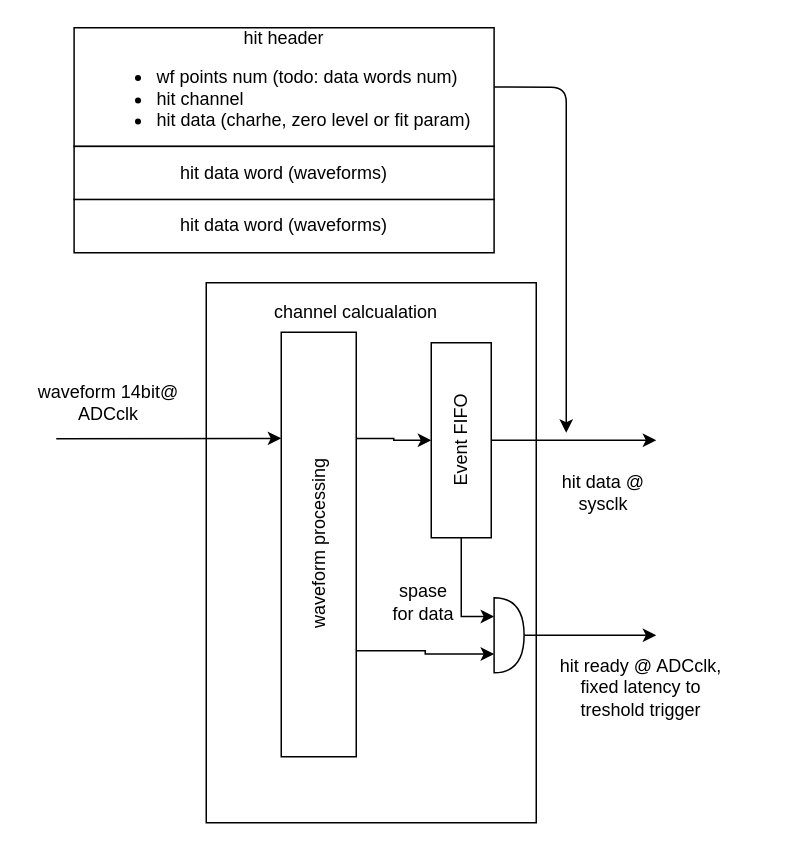
Above: ADC_event_collection.drawio in dfinogee/PSD-readout-manual (draw.io), before the change. Source tidied: cells renumbered, new cells numbered last; positions are measured from the earlier drawing's top-left corner, leaving out a move shared by most shapes. Both pictures are drawn from the tidied source at 150%, with x=0, y=0 at pixel (26, 27).
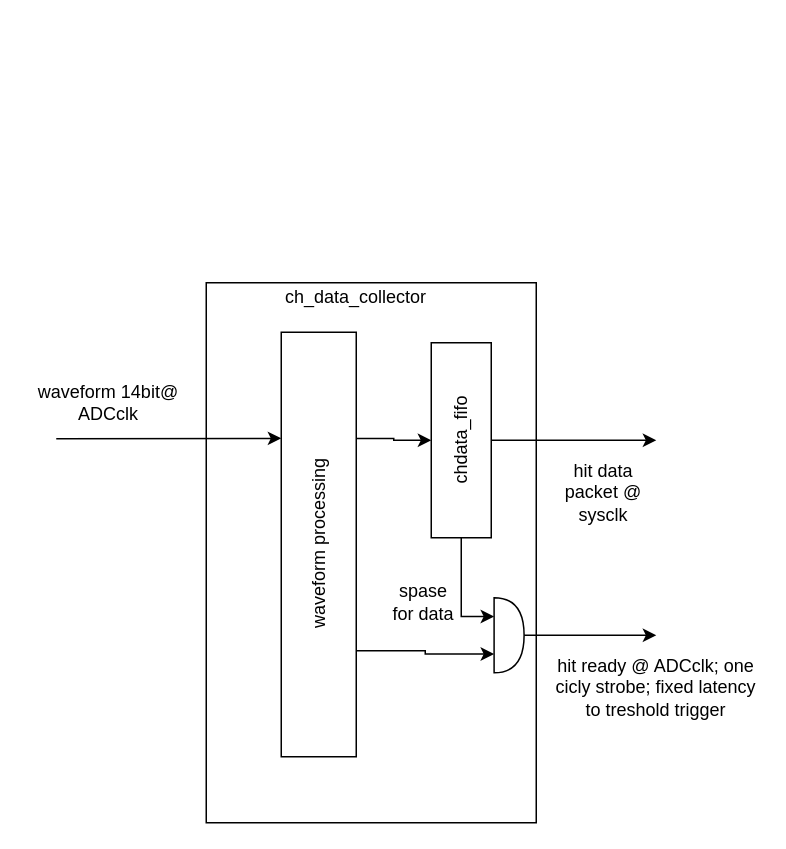
The same page after the edit.

Commit message (it also covers changes not shown here):
data collector description added

What changed in the source:
```diff
@@
-    <mxCell id="3" value="channel calcualation" style="text;html=1;strokeColor=none;fillColor=none;align=center;verticalAlign=middle;whiteSpace=wrap;rounded=0;" parent="1" vertex="1">
-      <mxGeometry x="140" y="170" width="160" height="40" as="geometry" />
+    <mxCell id="3" value="ch_data_collector" style="text;html=1;strokeColor=none;fillColor=none;align=center;verticalAlign=middle;whiteSpace=wrap;rounded=0;" parent="1" vertex="1">
+      <mxGeometry x="140" y="160" width="160" height="40" as="geometry" />
     </mxCell>
@@
-    <mxCell id="6" value="Event FIFO" style="rounded=0;whiteSpace=wrap;html=1;rotation=-90;" parent="1" vertex="1">
+    <mxCell id="6" value="chdata_fifo" style="rounded=0;whiteSpace=wrap;html=1;rotation=-90;" parent="1" vertex="1">
       <mxGeometry x="225" y="255" width="130" height="40" as="geometry" />
     </mxCell>
@@
-    <mxCell id="12" value="hit ready @ ADCclk, fixed latency to treshold trigger" style="text;html=1;strokeColor=none;fillColor=none;align=center;verticalAlign=middle;whiteSpace=wrap;rounded=0;" parent="1" vertex="1">
-      <mxGeometry x="350" y="420" width="120" height="40" as="geometry" />
+    <mxCell id="12" value="hit ready @ ADCclk; one cicly strobe; fixed latency to treshold trigger" style="text;html=1;strokeColor=none;fillColor=none;align=center;verticalAlign=middle;whiteSpace=wrap;rounded=0;" parent="1" vertex="1">
+      <mxGeometry x="350" y="420" width="140" height="40" as="geometry" />
     </mxCell>
-    <mxCell id="13" style="group;" parent="1" vertex="1">
-      <mxGeometry x="31.9" y="20" width="280" height="130" as="geometry" />
-    </mxCell>
-    <mxCell id="14" value="hit header&lt;br&gt;&lt;ul&gt;&lt;li style=&quot;text-align: left&quot;&gt;wf points num (todo: data words num)&lt;/li&gt;&lt;li style=&quot;text-align: left&quot;&gt;hit channel&lt;/li&gt;&lt;li style=&quot;text-align: left&quot;&gt;hit data (charhe, zero level or fit param)&lt;/li&gt;&lt;/ul&gt;" style="rounded=0;whiteSpace=wrap;html=1;" parent="13" vertex="1">
-      <mxGeometry y="-20" width="280" height="79.1" as="geometry" />
-    </mxCell>
-    <mxCell id="15" value="hit data word (waveforms)" style="rounded=0;whiteSpace=wrap;html=1;" parent="13" vertex="1">
-      <mxGeometry y="59.1" width="280" height="35.5" as="geometry" />
-    </mxCell>
-    <mxCell id="16" value="hit data word (waveforms)" style="rounded=0;whiteSpace=wrap;html=1;" parent="13" vertex="1">
-      <mxGeometry y="94.5" width="280" height="35.5" as="geometry" />
-    </mxCell>
-    <mxCell id="17" style="edgeStyle=segmentEdgeStyle;endArrow=classic;html=1;exitX=1;exitY=0.5;exitDx=0;exitDy=0;" parent="1" edge="1" source="14">
-      <mxGeometry relative="1" as="geometry">
-        <mxPoint x="360" y="270" as="targetPoint" />
-      </mxGeometry>
-    </mxCell>
-    <mxCell id="18" value="hit data @ sysclk" style="text;html=1;strokeColor=none;fillColor=none;align=center;verticalAlign=middle;whiteSpace=wrap;rounded=0;" parent="1" vertex="1">
+    <mxCell id="18" value="hit data packet @ sysclk" style="text;html=1;strokeColor=none;fillColor=none;align=center;verticalAlign=middle;whiteSpace=wrap;rounded=0;" parent="1" vertex="1">
       <mxGeometry x="350" y="300" width="70" height="20" as="geometry" />
     </mxCell>
```
